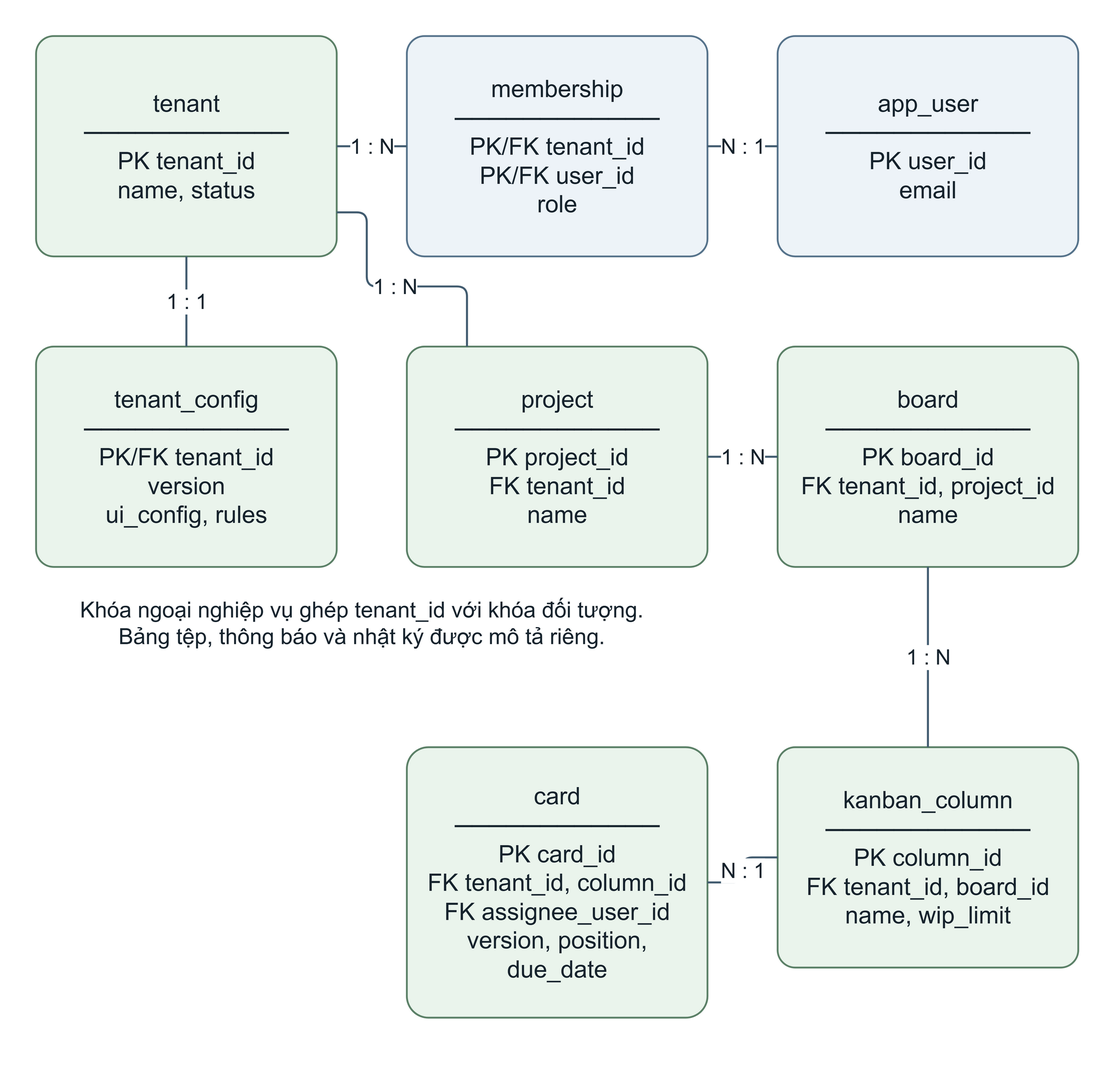
Hungcb123/NCKH-Hung keeps this draw.io diagram as output/report-theo-dany/figures/editable-png/hinh_3_4_erd.drawio.png. Above is the earlier version. Source tidied: cells renumbered, new cells last; positions are measured from the earlier drawing's top-left corner, leaving out a move shared by most shapes. The source it was exported from:
```xml
<mxGraphModel background="#ffffff">
  <root>
    <mxCell id="0" />
    <mxCell id="1" parent="0" />
    <mxCell id="2" style="html=1;whiteSpace=wrap;fontFamily=Arial;fontColor=#16232D;fontSize=24;spacing=10;align=center;verticalAlign=middle;fillColor=none;strokeColor=none;" parent="1" vertex="1">
      <mxGeometry width="1100" height="1060" as="geometry" />
    </mxCell>
    <mxCell id="3" value="tenant&#10;────────────&#10;PK tenant_id&#10;name, status" style="html=1;whiteSpace=wrap;fontFamily=Arial;fontColor=#16232D;fontSize=24;spacing=10;align=center;verticalAlign=middle;rounded=1;arcSize=8;fillColor=#EAF4EC;strokeColor=#5C8168;strokeWidth=1.8;" parent="1" vertex="1">
      <mxGeometry x="30" y="30" width="300" height="220" as="geometry" />
    </mxCell>
    <mxCell id="4" value="app_user&#10;────────────&#10;PK user_id&#10;email" style="html=1;whiteSpace=wrap;fontFamily=Arial;fontColor=#16232D;fontSize=24;spacing=10;align=center;verticalAlign=middle;rounded=1;arcSize=8;fillColor=#EDF3F8;strokeColor=#57748C;strokeWidth=1.8;" parent="1" vertex="1">
      <mxGeometry x="770" y="30" width="300" height="220" as="geometry" />
    </mxCell>
    <mxCell id="5" value="membership&#10;────────────&#10;PK/FK tenant_id&#10;PK/FK user_id&#10;role" style="html=1;whiteSpace=wrap;fontFamily=Arial;fontColor=#16232D;fontSize=24;spacing=10;align=center;verticalAlign=middle;rounded=1;arcSize=8;fillColor=#EDF3F8;strokeColor=#57748C;strokeWidth=1.8;" parent="1" vertex="1">
      <mxGeometry x="400" y="30" width="300" height="220" as="geometry" />
    </mxCell>
    <mxCell id="6" value="tenant_config&#10;────────────&#10;PK/FK tenant_id&#10;version&#10;ui_config, rules" style="html=1;whiteSpace=wrap;fontFamily=Arial;fontColor=#16232D;fontSize=24;spacing=10;align=center;verticalAlign=middle;rounded=1;arcSize=8;fillColor=#EAF4EC;strokeColor=#5C8168;strokeWidth=1.8;" parent="1" vertex="1">
      <mxGeometry x="30" y="340" width="300" height="220" as="geometry" />
    </mxCell>
    <mxCell id="7" value="project&#10;────────────&#10;PK project_id&#10;FK tenant_id&#10;name" style="html=1;whiteSpace=wrap;fontFamily=Arial;fontColor=#16232D;fontSize=24;spacing=10;align=center;verticalAlign=middle;rounded=1;arcSize=8;fillColor=#EAF4EC;strokeColor=#5C8168;strokeWidth=1.8;" parent="1" vertex="1">
      <mxGeometry x="400" y="340" width="300" height="220" as="geometry" />
    </mxCell>
    <mxCell id="8" value="board&#10;────────────&#10;PK board_id&#10;FK tenant_id, project_id&#10;name" style="html=1;whiteSpace=wrap;fontFamily=Arial;fontColor=#16232D;fontSize=24;spacing=10;align=center;verticalAlign=middle;rounded=1;arcSize=8;fillColor=#EAF4EC;strokeColor=#5C8168;strokeWidth=1.8;" parent="1" vertex="1">
      <mxGeometry x="770" y="340" width="300" height="220" as="geometry" />
    </mxCell>
    <mxCell id="9" value="card&#10;────────────&#10;PK card_id&#10;FK tenant_id, column_id&#10;FK assignee_user_id&#10;version, position, due_date" style="html=1;whiteSpace=wrap;fontFamily=Arial;fontColor=#16232D;fontSize=24;spacing=10;align=center;verticalAlign=middle;rounded=1;arcSize=8;fillColor=#EAF4EC;strokeColor=#5C8168;strokeWidth=1.8;" parent="1" vertex="1">
      <mxGeometry x="400" y="740" width="300" height="270" as="geometry" />
    </mxCell>
    <mxCell id="10" value="kanban_column&#10;────────────&#10;PK column_id&#10;FK tenant_id, board_id&#10;name, wip_limit" style="html=1;whiteSpace=wrap;fontFamily=Arial;fontColor=#16232D;fontSize=24;spacing=10;align=center;verticalAlign=middle;rounded=1;arcSize=8;fillColor=#EAF4EC;strokeColor=#5C8168;strokeWidth=1.8;" parent="1" vertex="1">
      <mxGeometry x="770" y="740" width="300" height="220" as="geometry" />
    </mxCell>
    <mxCell id="11" value="1 : N" style="edgeStyle=orthogonalEdgeStyle;rounded=1;jettySize=auto;html=1;fontFamily=Arial;fontSize=21;fontColor=#16232D;labelBackgroundColor=#FFFFFF;strokeColor=#425C70;strokeWidth=2;endArrow=none;endFill=1;exitX=1;exitY=0.5;entryX=0;entryY=0.5;" parent="1" edge="1" source="3" target="5">
      <mxGeometry relative="1" as="geometry" />
    </mxCell>
    <mxCell id="12" value="N : 1" style="edgeStyle=orthogonalEdgeStyle;rounded=1;jettySize=auto;html=1;fontFamily=Arial;fontSize=21;fontColor=#16232D;labelBackgroundColor=#FFFFFF;strokeColor=#425C70;strokeWidth=2;endArrow=none;endFill=1;exitX=0;exitY=0.5;entryX=1;entryY=0.5;" parent="1" edge="1" source="4" target="5">
      <mxGeometry relative="1" as="geometry" />
    </mxCell>
    <mxCell id="13" value="1 : 1" style="edgeStyle=orthogonalEdgeStyle;rounded=1;jettySize=auto;html=1;fontFamily=Arial;fontSize=21;fontColor=#16232D;labelBackgroundColor=#FFFFFF;strokeColor=#425C70;strokeWidth=2;endArrow=none;endFill=1;exitX=0.5;exitY=1;entryX=0.5;entryY=0;" parent="1" edge="1" source="3" target="6">
      <mxGeometry relative="1" as="geometry" />
    </mxCell>
    <mxCell id="14" value="1 : N" style="edgeStyle=orthogonalEdgeStyle;rounded=1;jettySize=auto;html=1;fontFamily=Arial;fontSize=21;fontColor=#16232D;labelBackgroundColor=#FFFFFF;strokeColor=#425C70;strokeWidth=2;endArrow=none;endFill=1;exitX=1;exitY=0.8;entryX=0.2;entryY=0;" parent="1" edge="1" source="3" target="7">
      <mxGeometry relative="1" as="geometry">
        <Array as="points">
          <mxPoint x="360" y="206" />
          <mxPoint x="360" y="280" />
          <mxPoint x="460" y="280" />
        </Array>
      </mxGeometry>
    </mxCell>
    <mxCell id="15" value="1 : N" style="edgeStyle=orthogonalEdgeStyle;rounded=1;jettySize=auto;html=1;fontFamily=Arial;fontSize=21;fontColor=#16232D;labelBackgroundColor=#FFFFFF;strokeColor=#425C70;strokeWidth=2;endArrow=none;endFill=1;exitX=1;exitY=0.5;entryX=0;entryY=0.5;" parent="1" edge="1" source="7" target="8">
      <mxGeometry relative="1" as="geometry" />
    </mxCell>
    <mxCell id="16" value="1 : N" style="edgeStyle=orthogonalEdgeStyle;rounded=1;jettySize=auto;html=1;fontFamily=Arial;fontSize=21;fontColor=#16232D;labelBackgroundColor=#FFFFFF;strokeColor=#425C70;strokeWidth=2;endArrow=none;endFill=1;exitX=0.5;exitY=1;entryX=0.5;entryY=0;" parent="1" edge="1" source="8" target="10">
      <mxGeometry relative="1" as="geometry" />
    </mxCell>
    <mxCell id="17" value="N : 1" style="edgeStyle=orthogonalEdgeStyle;rounded=1;jettySize=auto;html=1;fontFamily=Arial;fontSize=21;fontColor=#16232D;labelBackgroundColor=#FFFFFF;strokeColor=#425C70;strokeWidth=2;endArrow=none;endFill=1;exitX=0;exitY=0.5;entryX=1;entryY=0.5;" parent="1" edge="1" source="10" target="9">
      <mxGeometry relative="1" as="geometry" />
    </mxCell>
    <mxCell id="18" value="Khóa ngoại nghiệp vụ ghép tenant_id với khóa đối tượng.&#10;Bảng tệp, thông báo và nhật ký được mô tả riêng." style="html=1;whiteSpace=wrap;fontFamily=Arial;fontColor=#16232D;fontSize=24;spacing=10;align=center;verticalAlign=middle;text;strokeColor=none;fillColor=none;fontSize=22;fontStyle=0;align=center;spacing=0;" parent="1" vertex="1">
      <mxGeometry x="30" y="585" width="650" height="120" as="geometry" />
    </mxCell>
  </root>
</mxGraphModel>
```
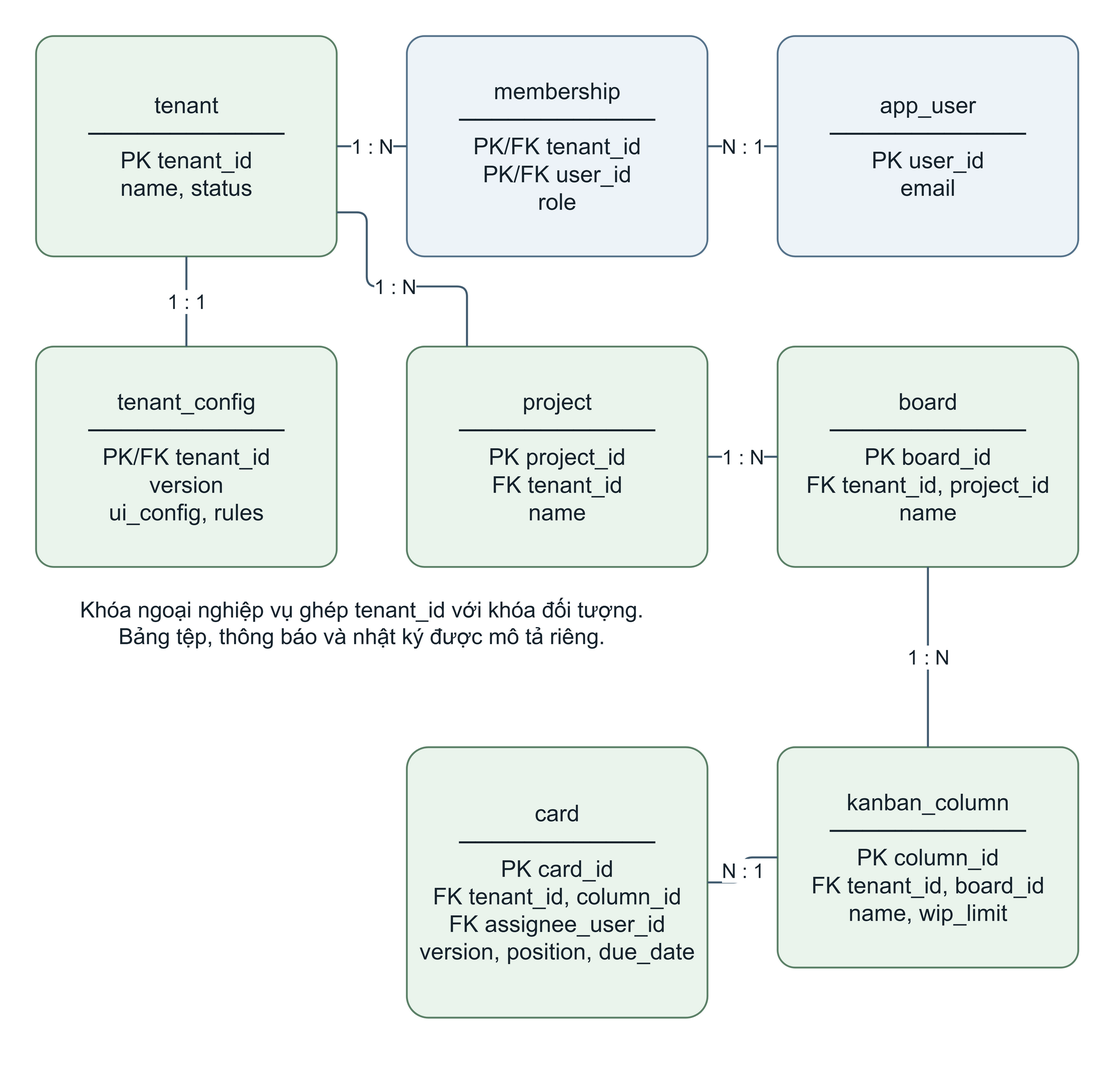
Later version of the same file.

Diff of the diagram source:
```diff
@@ -5,40 +5,40 @@
     <mxCell id="2" style="html=1;whiteSpace=wrap;fontFamily=Arial;fontColor=#16232D;fontSize=24;spacing=10;align=center;verticalAlign=middle;fillColor=none;strokeColor=none;" parent="1" vertex="1">
       <mxGeometry width="1100" height="1060" as="geometry" />
     </mxCell>
-    <mxCell id="3" value="tenant&#10;────────────&#10;PK tenant_id&#10;name, status" style="html=1;whiteSpace=wrap;fontFamily=Arial;fontColor=#16232D;fontSize=24;spacing=10;align=center;verticalAlign=middle;rounded=1;arcSize=8;fillColor=#EAF4EC;strokeColor=#5C8168;strokeWidth=1.8;" parent="1" vertex="1">
+    <mxCell id="3" value="tenant&#10;────────────&#10;PK tenant_id&#10;name, status" style="html=1;whiteSpace=wrap;fontFamily=Arial;fontColor=#16232D;fontSize=24;spacing=10;align=center;verticalAlign=middle;rounded=1;arcSize=8;fontSize=23;fillColor=#EAF4EC;strokeColor=#5C8168;strokeWidth=1.8;" parent="1" vertex="1">
       <mxGeometry x="30" y="30" width="300" height="220" as="geometry" />
     </mxCell>
-    <mxCell id="4" value="app_user&#10;────────────&#10;PK user_id&#10;email" style="html=1;whiteSpace=wrap;fontFamily=Arial;fontColor=#16232D;fontSize=24;spacing=10;align=center;verticalAlign=middle;rounded=1;arcSize=8;fillColor=#EDF3F8;strokeColor=#57748C;strokeWidth=1.8;" parent="1" vertex="1">
+    <mxCell id="4" value="app_user&#10;────────────&#10;PK user_id&#10;email" style="html=1;whiteSpace=wrap;fontFamily=Arial;fontColor=#16232D;fontSize=24;spacing=10;align=center;verticalAlign=middle;rounded=1;arcSize=8;fontSize=23;fillColor=#EDF3F8;strokeColor=#57748C;strokeWidth=1.8;" parent="1" vertex="1">
       <mxGeometry x="770" y="30" width="300" height="220" as="geometry" />
     </mxCell>
-    <mxCell id="5" value="membership&#10;────────────&#10;PK/FK tenant_id&#10;PK/FK user_id&#10;role" style="html=1;whiteSpace=wrap;fontFamily=Arial;fontColor=#16232D;fontSize=24;spacing=10;align=center;verticalAlign=middle;rounded=1;arcSize=8;fillColor=#EDF3F8;strokeColor=#57748C;strokeWidth=1.8;" parent="1" vertex="1">
+    <mxCell id="5" value="membership&#10;────────────&#10;PK/FK tenant_id&#10;PK/FK user_id&#10;role" style="html=1;whiteSpace=wrap;fontFamily=Arial;fontColor=#16232D;fontSize=24;spacing=10;align=center;verticalAlign=middle;rounded=1;arcSize=8;fontSize=23;fillColor=#EDF3F8;strokeColor=#57748C;strokeWidth=1.8;" parent="1" vertex="1">
       <mxGeometry x="400" y="30" width="300" height="220" as="geometry" />
     </mxCell>
-    <mxCell id="6" value="tenant_config&#10;────────────&#10;PK/FK tenant_id&#10;version&#10;ui_config, rules" style="html=1;whiteSpace=wrap;fontFamily=Arial;fontColor=#16232D;fontSize=24;spacing=10;align=center;verticalAlign=middle;rounded=1;arcSize=8;fillColor=#EAF4EC;strokeColor=#5C8168;strokeWidth=1.8;" parent="1" vertex="1">
+    <mxCell id="6" value="tenant_config&#10;────────────&#10;PK/FK tenant_id&#10;version&#10;ui_config, rules" style="html=1;whiteSpace=wrap;fontFamily=Arial;fontColor=#16232D;fontSize=24;spacing=10;align=center;verticalAlign=middle;rounded=1;arcSize=8;fontSize=23;fillColor=#EAF4EC;strokeColor=#5C8168;strokeWidth=1.8;" parent="1" vertex="1">
       <mxGeometry x="30" y="340" width="300" height="220" as="geometry" />
     </mxCell>
-    <mxCell id="7" value="project&#10;────────────&#10;PK project_id&#10;FK tenant_id&#10;name" style="html=1;whiteSpace=wrap;fontFamily=Arial;fontColor=#16232D;fontSize=24;spacing=10;align=center;verticalAlign=middle;rounded=1;arcSize=8;fillColor=#EAF4EC;strokeColor=#5C8168;strokeWidth=1.8;" parent="1" vertex="1">
+    <mxCell id="7" value="project&#10;────────────&#10;PK project_id&#10;FK tenant_id&#10;name" style="html=1;whiteSpace=wrap;fontFamily=Arial;fontColor=#16232D;fontSize=24;spacing=10;align=center;verticalAlign=middle;rounded=1;arcSize=8;fontSize=23;fillColor=#EAF4EC;strokeColor=#5C8168;strokeWidth=1.8;" parent="1" vertex="1">
       <mxGeometry x="400" y="340" width="300" height="220" as="geometry" />
     </mxCell>
-    <mxCell id="8" value="board&#10;────────────&#10;PK board_id&#10;FK tenant_id, project_id&#10;name" style="html=1;whiteSpace=wrap;fontFamily=Arial;fontColor=#16232D;fontSize=24;spacing=10;align=center;verticalAlign=middle;rounded=1;arcSize=8;fillColor=#EAF4EC;strokeColor=#5C8168;strokeWidth=1.8;" parent="1" vertex="1">
+    <mxCell id="8" value="board&#10;────────────&#10;PK board_id&#10;FK tenant_id, project_id&#10;name" style="html=1;whiteSpace=wrap;fontFamily=Arial;fontColor=#16232D;fontSize=24;spacing=10;align=center;verticalAlign=middle;rounded=1;arcSize=8;fontSize=23;fillColor=#EAF4EC;strokeColor=#5C8168;strokeWidth=1.8;" parent="1" vertex="1">
       <mxGeometry x="770" y="340" width="300" height="220" as="geometry" />
     </mxCell>
-    <mxCell id="9" value="card&#10;────────────&#10;PK card_id&#10;FK tenant_id, column_id&#10;FK assignee_user_id&#10;version, position, due_date" style="html=1;whiteSpace=wrap;fontFamily=Arial;fontColor=#16232D;fontSize=24;spacing=10;align=center;verticalAlign=middle;rounded=1;arcSize=8;fillColor=#EAF4EC;strokeColor=#5C8168;strokeWidth=1.8;" parent="1" vertex="1">
+    <mxCell id="9" value="card&#10;────────────&#10;PK card_id&#10;FK tenant_id, column_id&#10;FK assignee_user_id&#10;version, position, due_date" style="html=1;whiteSpace=wrap;fontFamily=Arial;fontColor=#16232D;fontSize=24;spacing=10;align=center;verticalAlign=middle;rounded=1;arcSize=8;fontSize=23;fillColor=#EAF4EC;strokeColor=#5C8168;strokeWidth=1.8;" parent="1" vertex="1">
       <mxGeometry x="400" y="740" width="300" height="270" as="geometry" />
     </mxCell>
-    <mxCell id="10" value="kanban_column&#10;────────────&#10;PK column_id&#10;FK tenant_id, board_id&#10;name, wip_limit" style="html=1;whiteSpace=wrap;fontFamily=Arial;fontColor=#16232D;fontSize=24;spacing=10;align=center;verticalAlign=middle;rounded=1;arcSize=8;fillColor=#EAF4EC;strokeColor=#5C8168;strokeWidth=1.8;" parent="1" vertex="1">
+    <mxCell id="10" value="kanban_column&#10;────────────&#10;PK column_id&#10;FK tenant_id, board_id&#10;name, wip_limit" style="html=1;whiteSpace=wrap;fontFamily=Arial;fontColor=#16232D;fontSize=24;spacing=10;align=center;verticalAlign=middle;rounded=1;arcSize=8;fontSize=23;fillColor=#EAF4EC;strokeColor=#5C8168;strokeWidth=1.8;" parent="1" vertex="1">
       <mxGeometry x="770" y="740" width="300" height="220" as="geometry" />
     </mxCell>
-    <mxCell id="11" value="1 : N" style="edgeStyle=orthogonalEdgeStyle;rounded=1;jettySize=auto;html=1;fontFamily=Arial;fontSize=21;fontColor=#16232D;labelBackgroundColor=#FFFFFF;strokeColor=#425C70;strokeWidth=2;endArrow=none;endFill=1;exitX=1;exitY=0.5;entryX=0;entryY=0.5;" parent="1" edge="1" source="3" target="5">
+    <mxCell id="11" value="1 : N" style="edgeStyle=orthogonalEdgeStyle;rounded=1;jettySize=auto;html=1;fontFamily=Arial;fontSize=20;fontColor=#16232D;labelBackgroundColor=#FFFFFF;strokeColor=#425C70;strokeWidth=2;endArrow=none;endFill=1;exitX=1;exitY=0.5;entryX=0;entryY=0.5;" parent="1" edge="1" source="3" target="5">
       <mxGeometry relative="1" as="geometry" />
     </mxCell>
-    <mxCell id="12" value="N : 1" style="edgeStyle=orthogonalEdgeStyle;rounded=1;jettySize=auto;html=1;fontFamily=Arial;fontSize=21;fontColor=#16232D;labelBackgroundColor=#FFFFFF;strokeColor=#425C70;strokeWidth=2;endArrow=none;endFill=1;exitX=0;exitY=0.5;entryX=1;entryY=0.5;" parent="1" edge="1" source="4" target="5">
+    <mxCell id="12" value="N : 1" style="edgeStyle=orthogonalEdgeStyle;rounded=1;jettySize=auto;html=1;fontFamily=Arial;fontSize=20;fontColor=#16232D;labelBackgroundColor=#FFFFFF;strokeColor=#425C70;strokeWidth=2;endArrow=none;endFill=1;exitX=0;exitY=0.5;entryX=1;entryY=0.5;" parent="1" edge="1" source="4" target="5">
       <mxGeometry relative="1" as="geometry" />
     </mxCell>
-    <mxCell id="13" value="1 : 1" style="edgeStyle=orthogonalEdgeStyle;rounded=1;jettySize=auto;html=1;fontFamily=Arial;fontSize=21;fontColor=#16232D;labelBackgroundColor=#FFFFFF;strokeColor=#425C70;strokeWidth=2;endArrow=none;endFill=1;exitX=0.5;exitY=1;entryX=0.5;entryY=0;" parent="1" edge="1" source="3" target="6">
+    <mxCell id="13" value="1 : 1" style="edgeStyle=orthogonalEdgeStyle;rounded=1;jettySize=auto;html=1;fontFamily=Arial;fontSize=20;fontColor=#16232D;labelBackgroundColor=#FFFFFF;strokeColor=#425C70;strokeWidth=2;endArrow=none;endFill=1;exitX=0.5;exitY=1;entryX=0.5;entryY=0;" parent="1" edge="1" source="3" target="6">
       <mxGeometry relative="1" as="geometry" />
     </mxCell>
-    <mxCell id="14" value="1 : N" style="edgeStyle=orthogonalEdgeStyle;rounded=1;jettySize=auto;html=1;fontFamily=Arial;fontSize=21;fontColor=#16232D;labelBackgroundColor=#FFFFFF;strokeColor=#425C70;strokeWidth=2;endArrow=none;endFill=1;exitX=1;exitY=0.8;entryX=0.2;entryY=0;" parent="1" edge="1" source="3" target="7">
+    <mxCell id="14" value="1 : N" style="edgeStyle=orthogonalEdgeStyle;rounded=1;jettySize=auto;html=1;fontFamily=Arial;fontSize=20;fontColor=#16232D;labelBackgroundColor=#FFFFFF;strokeColor=#425C70;strokeWidth=2;endArrow=none;endFill=1;exitX=1;exitY=0.8;entryX=0.2;entryY=0;" parent="1" edge="1" source="3" target="7">
       <mxGeometry relative="1" as="geometry">
         <Array as="points">
           <mxPoint x="360" y="206" />
@@ -47,13 +47,13 @@
         </Array>
       </mxGeometry>
     </mxCell>
-    <mxCell id="15" value="1 : N" style="edgeStyle=orthogonalEdgeStyle;rounded=1;jettySize=auto;html=1;fontFamily=Arial;fontSize=21;fontColor=#16232D;labelBackgroundColor=#FFFFFF;strokeColor=#425C70;strokeWidth=2;endArrow=none;endFill=1;exitX=1;exitY=0.5;entryX=0;entryY=0.5;" parent="1" edge="1" source="7" target="8">
+    <mxCell id="15" value="1 : N" style="edgeStyle=orthogonalEdgeStyle;rounded=1;jettySize=auto;html=1;fontFamily=Arial;fontSize=20;fontColor=#16232D;labelBackgroundColor=#FFFFFF;strokeColor=#425C70;strokeWidth=2;endArrow=none;endFill=1;exitX=1;exitY=0.5;entryX=0;entryY=0.5;" parent="1" edge="1" source="7" target="8">
       <mxGeometry relative="1" as="geometry" />
     </mxCell>
-    <mxCell id="16" value="1 : N" style="edgeStyle=orthogonalEdgeStyle;rounded=1;jettySize=auto;html=1;fontFamily=Arial;fontSize=21;fontColor=#16232D;labelBackgroundColor=#FFFFFF;strokeColor=#425C70;strokeWidth=2;endArrow=none;endFill=1;exitX=0.5;exitY=1;entryX=0.5;entryY=0;" parent="1" edge="1" source="8" target="10">
+    <mxCell id="16" value="1 : N" style="edgeStyle=orthogonalEdgeStyle;rounded=1;jettySize=auto;html=1;fontFamily=Arial;fontSize=20;fontColor=#16232D;labelBackgroundColor=#FFFFFF;strokeColor=#425C70;strokeWidth=2;endArrow=none;endFill=1;exitX=0.5;exitY=1;entryX=0.5;entryY=0;" parent="1" edge="1" source="8" target="10">
       <mxGeometry relative="1" as="geometry" />
     </mxCell>
-    <mxCell id="17" value="N : 1" style="edgeStyle=orthogonalEdgeStyle;rounded=1;jettySize=auto;html=1;fontFamily=Arial;fontSize=21;fontColor=#16232D;labelBackgroundColor=#FFFFFF;strokeColor=#425C70;strokeWidth=2;endArrow=none;endFill=1;exitX=0;exitY=0.5;entryX=1;entryY=0.5;" parent="1" edge="1" source="10" target="9">
+    <mxCell id="17" value="N : 1" style="edgeStyle=orthogonalEdgeStyle;rounded=1;jettySize=auto;html=1;fontFamily=Arial;fontSize=20;fontColor=#16232D;labelBackgroundColor=#FFFFFF;strokeColor=#425C70;strokeWidth=2;endArrow=none;endFill=1;exitX=0;exitY=0.5;entryX=1;entryY=0.5;" parent="1" edge="1" source="10" target="9">
       <mxGeometry relative="1" as="geometry" />
     </mxCell>
     <mxCell id="18" value="Khóa ngoại nghiệp vụ ghép tenant_id với khóa đối tượng.&#10;Bảng tệp, thông báo và nhật ký được mô tả riêng." style="html=1;whiteSpace=wrap;fontFamily=Arial;fontColor=#16232D;fontSize=24;spacing=10;align=center;verticalAlign=middle;text;strokeColor=none;fillColor=none;fontSize=22;fontStyle=0;align=center;spacing=0;" parent="1" vertex="1">
```
